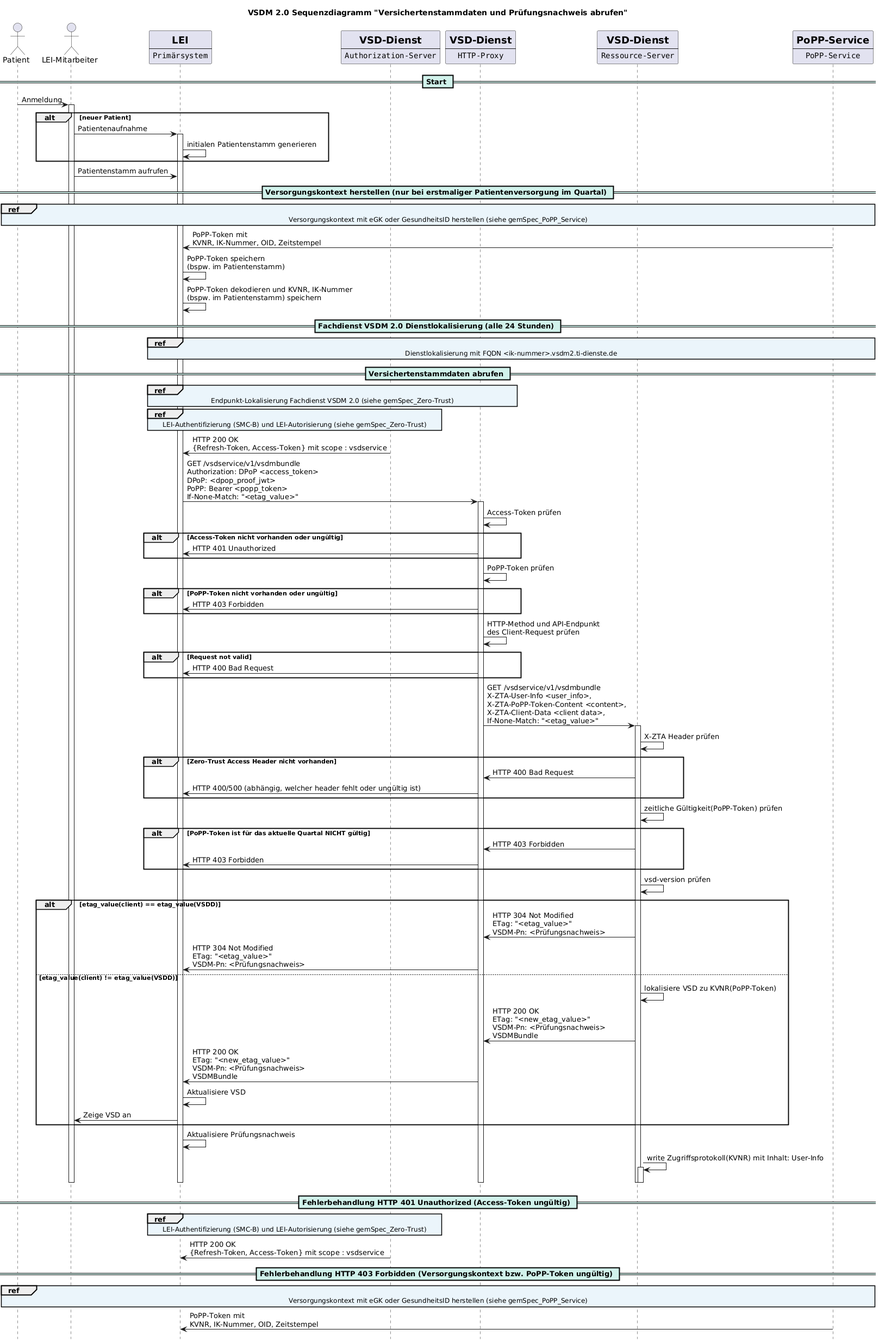
Before: images/diagrams/gemSpec_VSDM_2__Sequenzdiagramm.png, a diagram exported from PlantUML (gematik/spec-VSDM2).
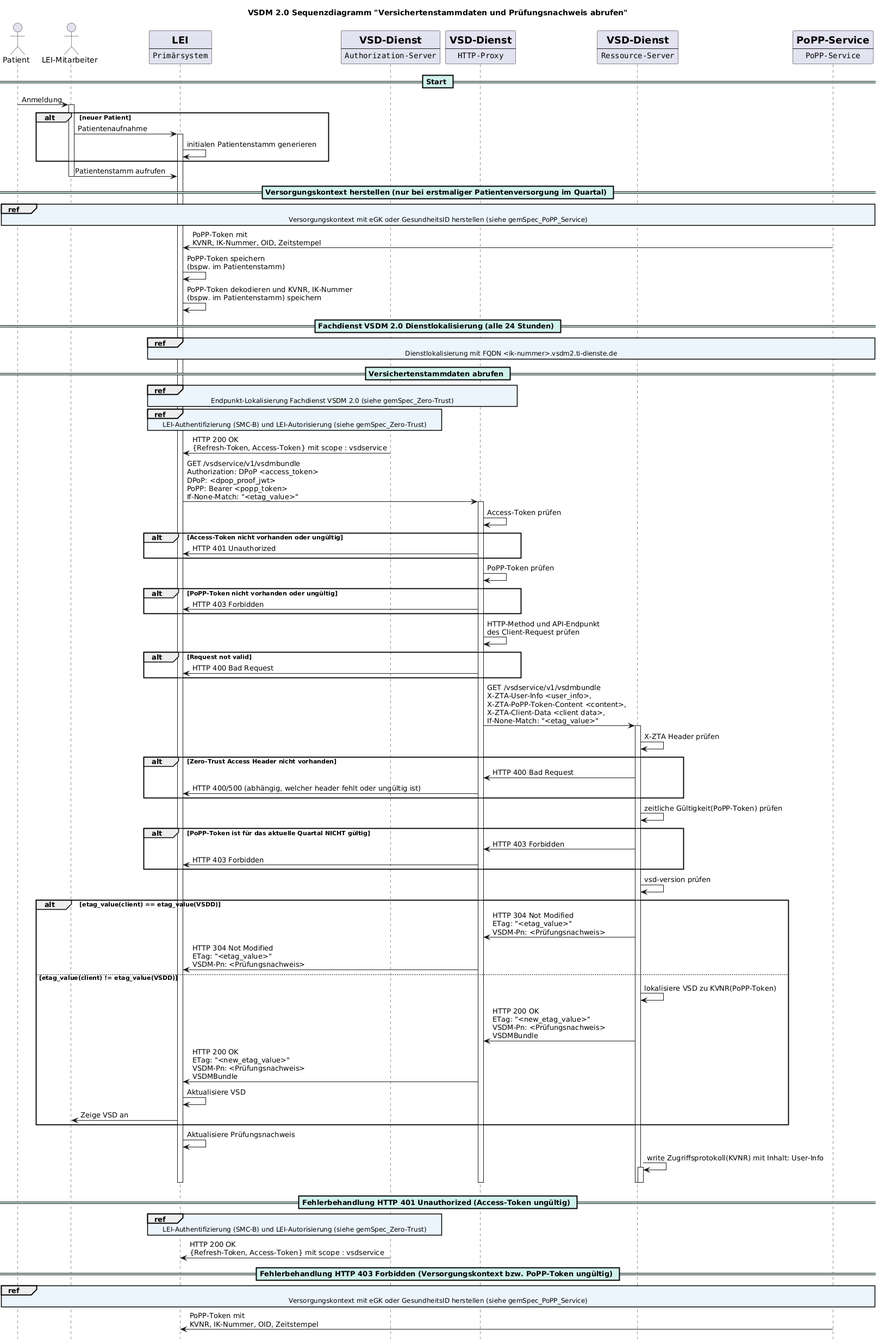
After the commit.

Commit message:
Commit from GitHub Actions (plantuml)

What changed in the source:
```diff
@@ -49,6 +49,7 @@
 	PS -> PS: initialen Patientenstamm generieren
 end
 LE -> PS: Patientenstamm aufrufen
+deactivate LE
 
 == Versorgungskontext herstellen (nur bei erstmaliger Patientenversorgung im Quartal) ==
 ref over Ver, PoPP : Versorgungskontext mit eGK oder GesundheitsID herstellen (siehe gemSpec_PoPP_Service)
```
